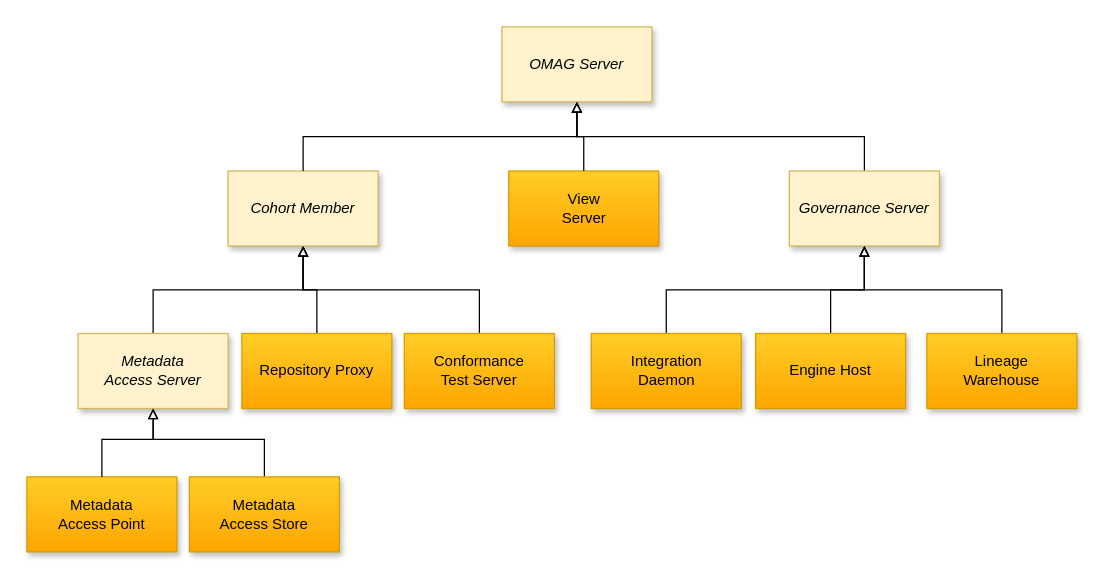
odpi/egeria-docs keeps this draw.io diagram as page "types-of-omag-servers" (2 of 29) of site/docs/guides/admin/egeria-admin.drawio. Above is the earlier version. Source tidied: cells renumbered, new cells numbered last; positions are measured from the earlier drawing's top-left corner, leaving out a move shared by most shapes. Both pictures are drawn from the tidied source at 125%, with x=0, y=0 at pixel (26, 26).
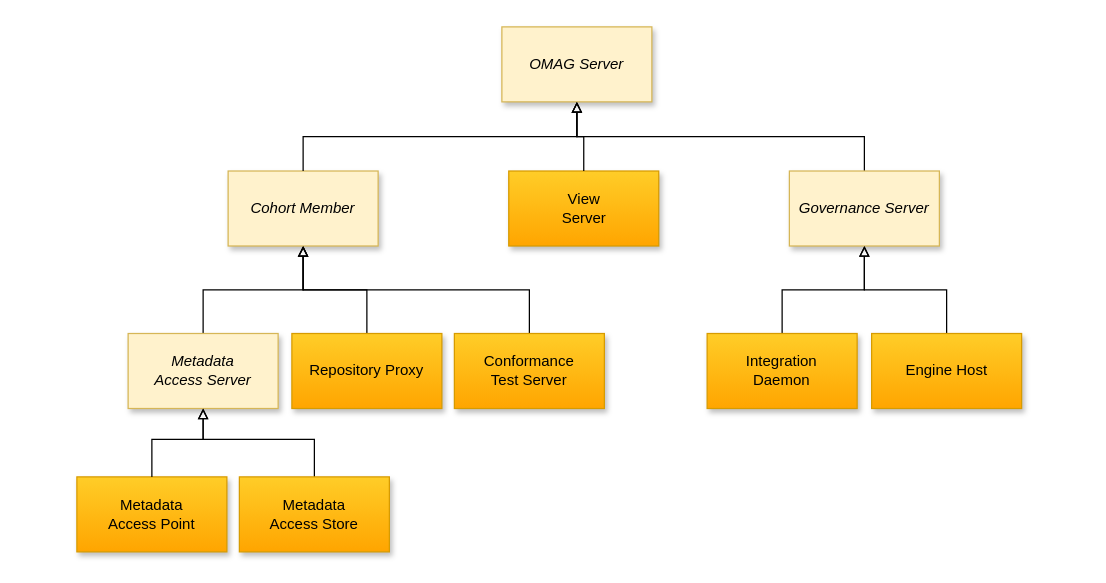
The same page after the edit.

Unchanged cells that the change refers to:
```xml
<mxCell id="9" value="Governance Server" style="rounded=0;whiteSpace=wrap;html=1;fillColor=#fff2cc;strokeColor=#d6b656;fontStyle=2;shadow=1;" parent="1" vertex="1">
  <mxGeometry x="610" y="115.3" width="120" height="60" as="geometry" />
</mxCell>
```

Change to the diagram source:
```diff
@@
     <mxCell id="3" value="Engine Host" style="rounded=0;whiteSpace=wrap;html=1;fillColor=#ffcd28;strokeColor=#d79b00;gradientColor=#ffa500;shadow=1;" parent="1" vertex="1">
-      <mxGeometry x="583" y="245.3" width="120" height="60" as="geometry" />
+      <mxGeometry x="675.8" y="245.3" width="120" height="60" as="geometry" />
     </mxCell>
@@
     <mxCell id="5" value="Conformance&lt;br&gt;Test Server" style="rounded=0;whiteSpace=wrap;html=1;fillColor=#ffcd28;strokeColor=#d79b00;gradientColor=#ffa500;shadow=1;" parent="1" vertex="1">
-      <mxGeometry x="302" y="245.3" width="120" height="60" as="geometry" />
+      <mxGeometry x="342" y="245.3" width="120" height="60" as="geometry" />
     </mxCell>
@@
     <mxCell id="7" value="Repository Proxy" style="rounded=0;whiteSpace=wrap;html=1;fillColor=#ffcd28;strokeColor=#d79b00;gradientColor=#ffa500;shadow=1;" parent="1" vertex="1">
-      <mxGeometry x="172" y="245.3" width="120" height="60" as="geometry" />
+      <mxGeometry x="212" y="245.3" width="120" height="60" as="geometry" />
     </mxCell>
@@
     <mxCell id="10" style="edgeStyle=orthogonalEdgeStyle;rounded=0;jettySize=auto;html=1;exitX=0.5;exitY=0;exitDx=0;exitDy=0;endArrow=block;endFill=0;entryX=0.5;entryY=1;entryDx=0;entryDy=0;" parent="1" edge="1" source="11" target="23">
       <mxGeometry relative="1" as="geometry">
         <Array as="points">
-          <mxPoint x="190" y="330" />
-          <mxPoint x="101" y="330" />
+          <mxPoint x="230" y="330" />
+          <mxPoint x="141" y="330" />
         </Array>
       </mxGeometry>
     </mxCell>
     <mxCell id="11" value="Metadata&lt;br&gt;Access Store" style="rounded=0;whiteSpace=wrap;html=1;fillColor=#ffcd28;strokeColor=#d79b00;gradientColor=#ffa500;shadow=1;" parent="1" vertex="1">
-      <mxGeometry x="130" y="360" width="120" height="60" as="geometry" />
+      <mxGeometry x="170" y="360" width="120" height="60" as="geometry" />
     </mxCell>
-    <mxCell id="12" style="edgeStyle=orthogonalEdgeStyle;rounded=0;jettySize=auto;html=1;exitX=0.5;exitY=0;exitDx=0;exitDy=0;entryX=0.5;entryY=1;entryDx=0;entryDy=0;endArrow=block;endFill=0;" parent="1" edge="1" source="13" target="9">
-      <mxGeometry relative="1" as="geometry" />
-    </mxCell>
-    <mxCell id="13" value="Lineage&lt;br&gt;Warehouse" style="rounded=0;whiteSpace=wrap;html=1;fillColor=#ffcd28;strokeColor=#d79b00;gradientColor=#ffa500;shadow=1;" parent="1" vertex="1">
-      <mxGeometry x="720" y="245.3" width="120" height="60" as="geometry" />
-    </mxCell>
@@
     <mxCell id="16" value="Integration&lt;br&gt;Daemon" style="rounded=0;whiteSpace=wrap;html=1;fillColor=#ffcd28;strokeColor=#d79b00;fontStyle=0;gradientColor=#ffa500;shadow=1;" parent="1" vertex="1">
-      <mxGeometry x="451.5" y="245.3" width="120" height="60" as="geometry" />
+      <mxGeometry x="544.2" y="245.3" width="120" height="60" as="geometry" />
     </mxCell>
@@
     <mxCell id="18" value="Metadata&lt;br&gt;Access Point" style="rounded=0;whiteSpace=wrap;html=1;fillColor=#ffcd28;strokeColor=#d79b00;gradientColor=#ffa500;shadow=1;" parent="1" vertex="1">
-      <mxGeometry y="360" width="120" height="60" as="geometry" />
+      <mxGeometry x="40" y="360" width="120" height="60" as="geometry" />
     </mxCell>
@@
     <mxCell id="23" value="Metadata&lt;br&gt;Access Server" style="rounded=0;whiteSpace=wrap;html=1;fillColor=#fff2cc;strokeColor=#d6b656;fontStyle=2;shadow=1;" parent="1" vertex="1">
-      <mxGeometry x="41" y="245.3" width="120" height="60" as="geometry" />
+      <mxGeometry x="81" y="245.3" width="120" height="60" as="geometry" />
     </mxCell>
     <mxCell id="24" style="edgeStyle=orthogonalEdgeStyle;rounded=0;jettySize=auto;html=1;entryX=0.5;entryY=1;entryDx=0;entryDy=0;endArrow=block;endFill=0;exitX=0.5;exitY=0;exitDx=0;exitDy=0;" parent="1" edge="1" source="18" target="23">
       <mxGeometry relative="1" as="geometry">
         <Array as="points">
-          <mxPoint x="60" y="330" />
-          <mxPoint x="101" y="330" />
+          <mxPoint x="100" y="330" />
+          <mxPoint x="141" y="330" />
         </Array>
       </mxGeometry>
     </mxCell>
```
